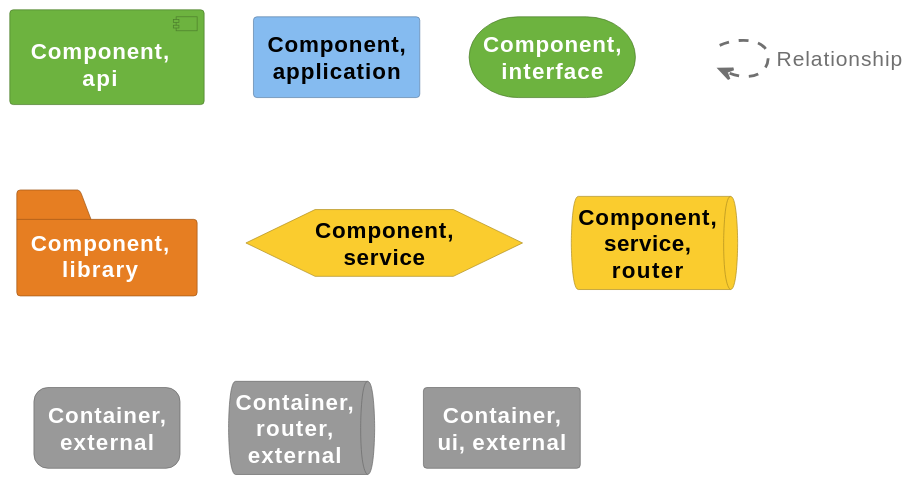
Before: docs/diagrams/structurizr-WhisperCMS-Component-Kernel-key.svg, a diagram exported from PlantUML (CoderByBlood/whisper-cms).
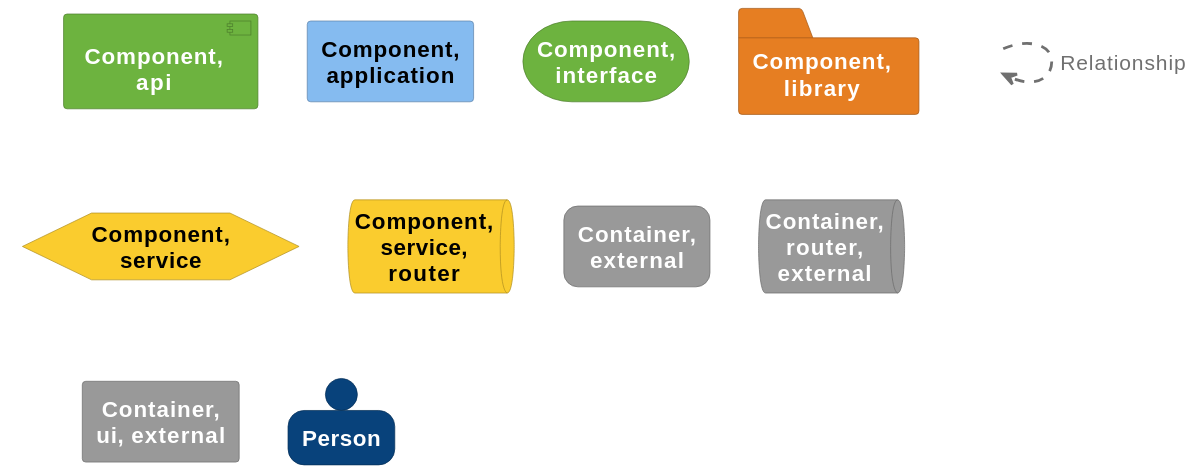
Above is the later version.

Change to the diagram source:
```diff
@@ -80,6 +80,13 @@
 }
 rectangle "==Container, ui, external" <<9>>
 
-rectangle "." <<_transparent>> as 10
-10 .[#707070,thickness=2].> 10 : "<color:#707070>Relationship"
+skinparam person<<10>> {
+  BackgroundColor #08427b
+  FontColor #ffffff
+  BorderColor #052e56
+}
+person "==Person" <<10>>
+
+rectangle "." <<_transparent>> as 11
+11 .[#707070,thickness=2].> 11 : "<color:#707070>Relationship"
 @enduml
```
